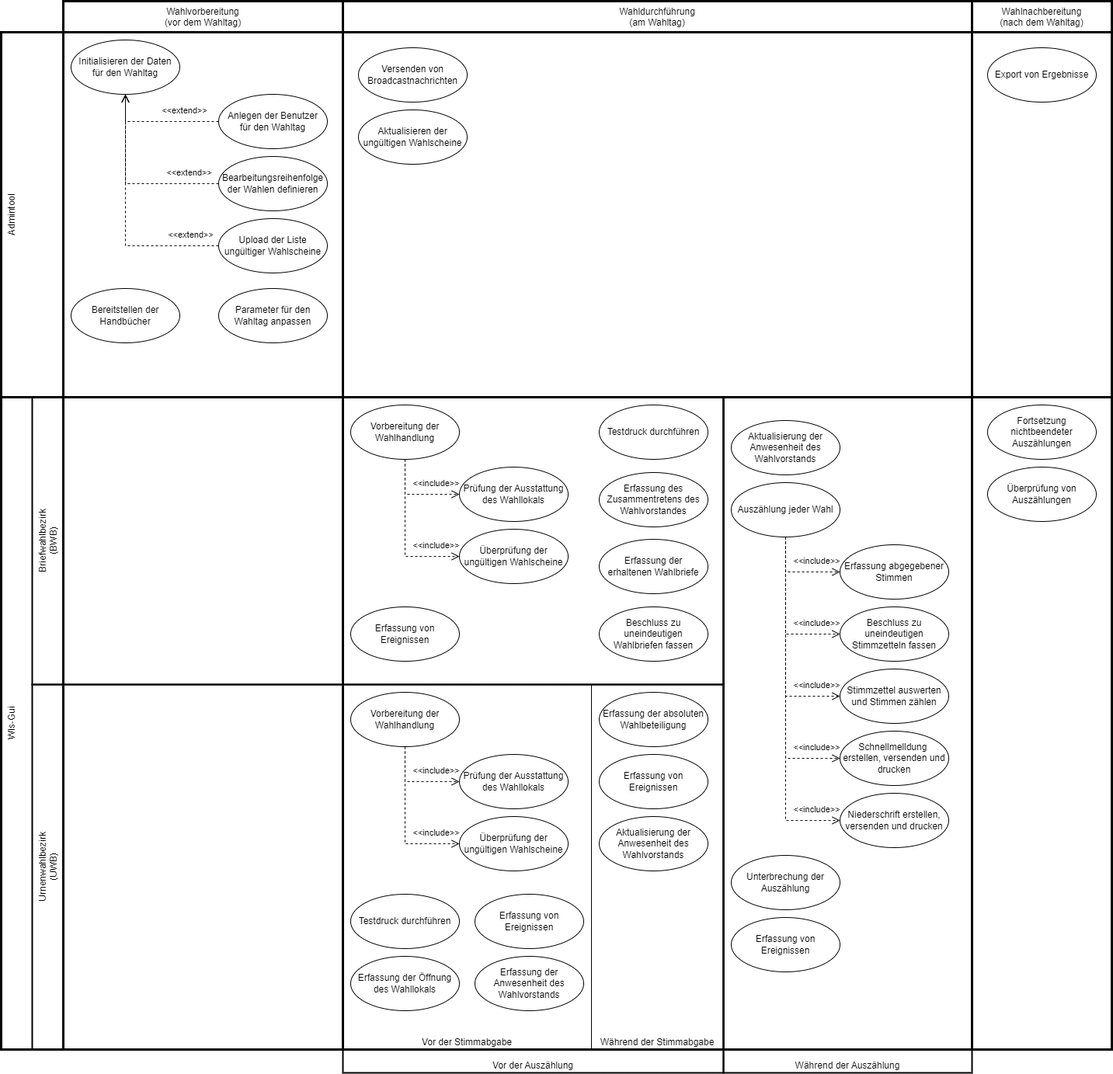
Before: docs/src/public/relationshipOfUIsToElectionProcess.drawio.png, a diagram exported from draw.io (it-at-m/Wahllokalsystem). Source tidied: cells renumbered, new cells last; positions are measured from the earlier drawing's top-left corner, leaving out a move shared by most shapes.
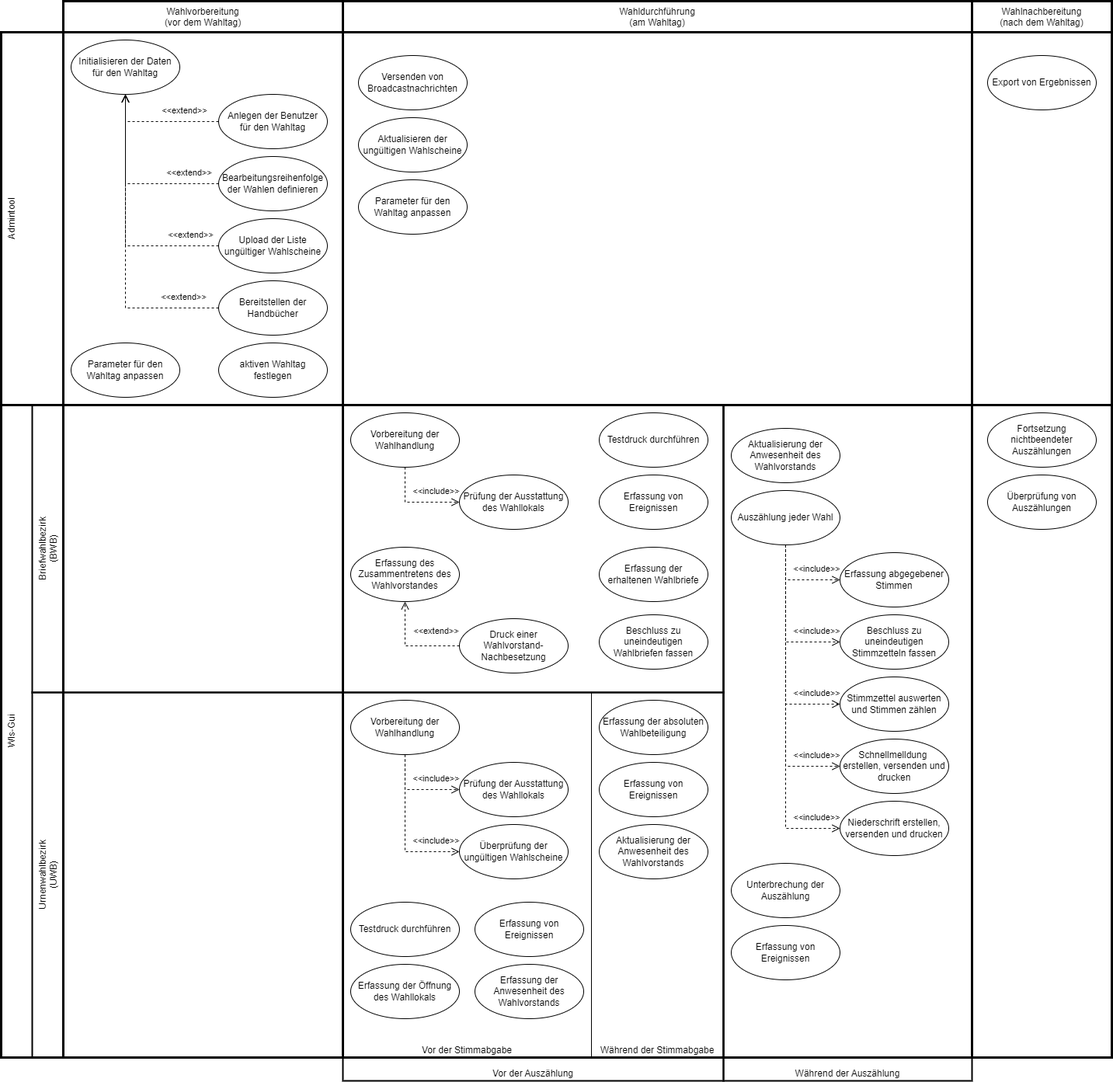
The same diagram one commit later.

Commit message:
add feedback and fix typos

new actions added and wrong actions removed

Diff of the diagram source:
```diff
@@ -3,13 +3,13 @@
     <mxCell id="0" />
     <mxCell id="1" parent="0" />
     <mxCell id="2" value="Wahlnachbereitung&lt;br&gt;(nach dem Wahltag)" style="rounded=0;whiteSpace=wrap;html=1;labelPosition=center;verticalLabelPosition=middle;align=center;verticalAlign=top;horizontal=1;fillColor=none;strokeWidth=3;" parent="1" vertex="1">
-      <mxGeometry x="1250" width="180" height="1350" as="geometry" />
+      <mxGeometry x="1250" y="-10" width="180" height="1360" as="geometry" />
     </mxCell>
     <mxCell id="3" value="Wahlvorbereitung&lt;br&gt;(vor dem Wahltag)" style="rounded=0;whiteSpace=wrap;html=1;labelPosition=center;verticalLabelPosition=middle;align=center;verticalAlign=top;horizontal=1;fillColor=none;strokeWidth=3;" parent="1" vertex="1">
-      <mxGeometry x="80" width="360" height="1350" as="geometry" />
+      <mxGeometry x="80" y="-10" width="360" height="1360" as="geometry" />
     </mxCell>
     <mxCell id="4" value="Wahldurchführung&lt;br&gt;(am Wahltag)" style="rounded=0;whiteSpace=wrap;html=1;labelPosition=center;verticalLabelPosition=middle;align=center;verticalAlign=top;horizontal=1;fillColor=none;strokeWidth=3;" parent="1" vertex="1">
-      <mxGeometry x="440" width="810" height="1350" as="geometry" />
+      <mxGeometry x="440" y="-10" width="810" height="1360" as="geometry" />
     </mxCell>
     <mxCell id="5" value="Wls-Gui" style="rounded=0;whiteSpace=wrap;html=1;labelPosition=center;verticalLabelPosition=middle;align=center;verticalAlign=top;horizontal=0;fillColor=none;strokeWidth=3;" parent="1" vertex="1">
       <mxGeometry y="510" width="1430" height="840" as="geometry" />
@@ -33,7 +33,7 @@
       <mxGeometry x="440" y="880" width="320" height="470" as="geometry" />
     </mxCell>
     <mxCell id="12" value="Admintool" style="rounded=0;whiteSpace=wrap;html=1;labelPosition=center;verticalLabelPosition=middle;align=center;verticalAlign=top;horizontal=0;fillColor=none;strokeWidth=3;" parent="1" vertex="1">
-      <mxGeometry y="40" width="1430" height="470" as="geometry" />
+      <mxGeometry y="30" width="1430" height="480" as="geometry" />
     </mxCell>
     <mxCell id="13" value="Versenden von Broadcastnachrichten" style="ellipse;whiteSpace=wrap;html=1;" parent="1" vertex="1">
       <mxGeometry x="460" y="60" width="140" height="70" as="geometry" />
@@ -41,7 +41,7 @@
     <mxCell id="14" value="Aktualisieren der ungültigen Wahlscheine" style="ellipse;whiteSpace=wrap;html=1;" parent="1" vertex="1">
       <mxGeometry x="460" y="140" width="140" height="70" as="geometry" />
     </mxCell>
-    <mxCell id="15" value="Export von Ergebnisse" style="ellipse;whiteSpace=wrap;html=1;" parent="1" vertex="1">
+    <mxCell id="15" value="Export von Ergebnissen" style="ellipse;whiteSpace=wrap;html=1;" parent="1" vertex="1">
       <mxGeometry x="1270" y="60" width="140" height="70" as="geometry" />
     </mxCell>
     <mxCell id="16" style="group;" parent="1" vertex="1">
@@ -136,9 +136,6 @@
     <mxCell id="39" value="Prüfung der Ausstattung&lt;br&gt;des Wahllokals" style="ellipse;whiteSpace=wrap;html=1;" parent="1" vertex="1">
       <mxGeometry x="590" y="600" width="140" height="70" as="geometry" />
     </mxCell>
-    <mxCell id="40" value="Überprüfung der ungültigen Wahlscheine" style="ellipse;whiteSpace=wrap;html=1;" parent="1" vertex="1">
-      <mxGeometry x="590" y="680" width="140" height="70" as="geometry" />
-    </mxCell>
     <mxCell id="41" value="&amp;lt;&amp;lt;include&amp;gt;&amp;gt;" style="endArrow=open;startArrow=none;endFill=0;startFill=0;endSize=8;html=1;verticalAlign=bottom;dashed=1;labelBackgroundColor=none;rounded=0;entryX=0;entryY=0.5;entryDx=0;entryDy=0;exitX=0.5;exitY=1;exitDx=0;exitDy=0;" parent="1" edge="1" source="38" target="39">
       <mxGeometry x="0.48" y="5" relative="1" as="geometry">
         <Array as="points">
@@ -146,15 +143,8 @@
         </Array>
       </mxGeometry>
     </mxCell>
-    <mxCell id="42" value="&amp;lt;&amp;lt;include&amp;gt;&amp;gt;" style="endArrow=open;startArrow=none;endFill=0;startFill=0;endSize=8;html=1;verticalAlign=bottom;dashed=1;labelBackgroundColor=none;rounded=0;entryX=0;entryY=0.5;entryDx=0;entryDy=0;exitX=0.5;exitY=1;exitDx=0;exitDy=0;" parent="1" edge="1" source="38" target="40">
-      <mxGeometry x="0.69" y="5" relative="1" as="geometry">
-        <Array as="points">
-          <mxPoint x="520" y="715" />
-        </Array>
-      </mxGeometry>
-    </mxCell>
     <mxCell id="43" value="Erfassung des Zusammentretens des Wahlvorstandes" style="ellipse;whiteSpace=wrap;html=1;" parent="1" vertex="1">
-      <mxGeometry x="770" y="607" width="140" height="70" as="geometry" />
+      <mxGeometry x="450" y="693" width="140" height="70" as="geometry" />
     </mxCell>
     <mxCell id="44" value="&lt;div&gt;&lt;span style=&quot;background-color: initial;&quot;&gt;Erfassung der&lt;br&gt;erhaltenen Wahlbriefe&lt;/span&gt;&lt;br&gt;&lt;/div&gt;" style="ellipse;whiteSpace=wrap;html=1;" parent="1" vertex="1">
       <mxGeometry x="770" y="693" width="140" height="70" as="geometry" />
@@ -163,50 +153,8 @@
       <mxGeometry x="770" y="780" width="140" height="70" as="geometry" />
     </mxCell>
     <mxCell id="46" value="Erfassung von Ereignissen" style="ellipse;whiteSpace=wrap;html=1;" parent="1" vertex="1">
-      <mxGeometry x="450" y="780" width="140" height="70" as="geometry" />
+      <mxGeometry x="770" y="600" width="140" height="70" as="geometry" />
     </mxCell>
-    <mxCell id="47" style="group;" parent="1" vertex="1">
-      <mxGeometry x="90" y="50" width="330" height="390" as="geometry" />
-    </mxCell>
-    <mxCell id="48" value="Initialisieren der Daten&lt;br&gt;für den Wahltag" style="ellipse;whiteSpace=wrap;html=1;" parent="47" vertex="1">
-      <mxGeometry width="140" height="70" as="geometry" />
-    </mxCell>
-    <mxCell id="49" value="Anlegen der Benutzer&lt;br&gt;für den Wahltag" style="ellipse;whiteSpace=wrap;html=1;" parent="47" vertex="1">
-      <mxGeometry x="190" y="70" width="140" height="70" as="geometry" />
-    </mxCell>
-    <mxCell id="50" value="Bearbeitungsreihenfolge der Wahlen definieren" style="ellipse;whiteSpace=wrap;html=1;" parent="47" vertex="1">
-      <mxGeometry x="190" y="150" width="140" height="70" as="geometry" />
-    </mxCell>
-    <mxCell id="51" value="Upload der Liste ungültiger Wahlscheine" style="ellipse;whiteSpace=wrap;html=1;" parent="47" vertex="1">
-      <mxGeometry x="190" y="230" width="140" height="70" as="geometry" />
-    </mxCell>
-    <mxCell id="52" value="Bereitstellen der Handbücher" style="ellipse;whiteSpace=wrap;html=1;" parent="47" vertex="1">
-      <mxGeometry y="320" width="140" height="70" as="geometry" />
-    </mxCell>
-    <mxCell id="53" value="Parameter für den Wahltag anpassen" style="ellipse;whiteSpace=wrap;html=1;" parent="47" vertex="1">
-      <mxGeometry x="190" y="320" width="140" height="70" as="geometry" />
-    </mxCell>
-    <mxCell id="54" value="&amp;lt;&amp;lt;extend&amp;gt;&amp;gt;" style="endArrow=open;startArrow=none;endFill=0;startFill=0;endSize=8;html=1;verticalAlign=bottom;dashed=1;labelBackgroundColor=none;rounded=0;entryX=0.5;entryY=1;entryDx=0;entryDy=0;exitX=0;exitY=0.5;exitDx=0;exitDy=0;" parent="47" edge="1" source="50" target="48">
-      <mxGeometry x="-0.68" y="-5" relative="1" as="geometry">
-        <Array as="points">
-          <mxPoint x="70" y="185" />
-        </Array>
-      </mxGeometry>
-    </mxCell>
-    <mxCell id="55" value="&amp;lt;&amp;lt;extend&amp;gt;&amp;gt;" style="endArrow=open;startArrow=none;endFill=0;startFill=0;endSize=8;html=1;verticalAlign=bottom;dashed=1;labelBackgroundColor=none;rounded=0;entryX=0.5;entryY=1;entryDx=0;entryDy=0;exitX=0;exitY=0.5;exitDx=0;exitDy=0;" parent="47" edge="1" source="49" target="48">
-      <mxGeometry x="-0.43" y="-5" relative="1" as="geometry">
-        <Array as="points">
-          <mxPoint x="70" y="105" />
-        </Array>
-      </mxGeometry>
-    </mxCell>
-    <mxCell id="56" value="&amp;lt;&amp;lt;extend&amp;gt;&amp;gt;" style="endArrow=open;startArrow=none;endFill=0;startFill=0;endSize=8;html=1;verticalAlign=bottom;dashed=1;labelBackgroundColor=none;rounded=0;entryX=0.5;entryY=1;entryDx=0;entryDy=0;exitX=0;exitY=0.5;exitDx=0;exitDy=0;" parent="47" edge="1" source="51" target="48">
-      <mxGeometry x="-0.77" y="-5" relative="1" as="geometry">
-        <Array as="points">
-          <mxPoint x="70" y="265" />
-        </Array>
-      </mxGeometry>
-    </mxCell>
     <mxCell id="57" value="Erfassung von Ereignissen" style="ellipse;whiteSpace=wrap;html=1;" parent="1" vertex="1">
       <mxGeometry x="940" y="1180" width="140" height="70" as="geometry" />
     </mxCell>
@@ -245,5 +193,67 @@
     <mxCell id="66" value="Testdruck durchführen" style="ellipse;whiteSpace=wrap;html=1;" parent="1" vertex="1">
       <mxGeometry x="450" y="1150" width="140" height="70" as="geometry" />
     </mxCell>
+    <mxCell id="48" value="Initialisieren der Daten&lt;br&gt;für den Wahltag" style="ellipse;whiteSpace=wrap;html=1;" parent="1" vertex="1">
+      <mxGeometry x="90" y="40" width="140" height="70" as="geometry" />
+    </mxCell>
+    <mxCell id="49" value="Anlegen der Benutzer&lt;br&gt;für den Wahltag" style="ellipse;whiteSpace=wrap;html=1;" parent="1" vertex="1">
+      <mxGeometry x="280" y="110" width="140" height="70" as="geometry" />
+    </mxCell>
+    <mxCell id="50" value="Bearbeitungsreihenfolge der Wahlen definieren" style="ellipse;whiteSpace=wrap;html=1;" parent="1" vertex="1">
+      <mxGeometry x="280" y="190" width="140" height="70" as="geometry" />
+    </mxCell>
+    <mxCell id="51" value="Upload der Liste ungültiger Wahlscheine" style="ellipse;whiteSpace=wrap;html=1;" parent="1" vertex="1">
+      <mxGeometry x="280" y="270" width="140" height="70" as="geometry" />
+    </mxCell>
+    <mxCell id="52" value="Bereitstellen der Handbücher" style="ellipse;whiteSpace=wrap;html=1;" parent="1" vertex="1">
+      <mxGeometry x="280" y="350" width="140" height="70" as="geometry" />
+    </mxCell>
+    <mxCell id="53" value="Parameter für den Wahltag anpassen" style="ellipse;whiteSpace=wrap;html=1;" parent="1" vertex="1">
+      <mxGeometry x="90" y="430" width="140" height="70" as="geometry" />
+    </mxCell>
+    <mxCell id="54" value="&amp;lt;&amp;lt;extend&amp;gt;&amp;gt;" style="endArrow=open;startArrow=none;endFill=0;startFill=0;endSize=8;html=1;verticalAlign=bottom;dashed=1;labelBackgroundColor=none;rounded=0;entryX=0.5;entryY=1;entryDx=0;entryDy=0;exitX=0;exitY=0.5;exitDx=0;exitDy=0;" parent="1" edge="1" source="50" target="48">
+      <mxGeometry x="-0.68" y="-5" relative="1" as="geometry">
+        <Array as="points">
+          <mxPoint x="160" y="225" />
+        </Array>
+      </mxGeometry>
+    </mxCell>
+    <mxCell id="55" value="&amp;lt;&amp;lt;extend&amp;gt;&amp;gt;" style="endArrow=open;startArrow=none;endFill=0;startFill=0;endSize=8;html=1;verticalAlign=bottom;dashed=1;labelBackgroundColor=none;rounded=0;entryX=0.5;entryY=1;entryDx=0;entryDy=0;exitX=0;exitY=0.5;exitDx=0;exitDy=0;" parent="1" edge="1" source="49" target="48">
+      <mxGeometry x="-0.43" y="-5" relative="1" as="geometry">
+        <Array as="points">
+          <mxPoint x="160" y="145" />
+        </Array>
+      </mxGeometry>
+    </mxCell>
+    <mxCell id="56" value="&amp;lt;&amp;lt;extend&amp;gt;&amp;gt;" style="endArrow=open;startArrow=none;endFill=0;startFill=0;endSize=8;html=1;verticalAlign=bottom;dashed=1;labelBackgroundColor=none;rounded=0;entryX=0.5;entryY=1;entryDx=0;entryDy=0;exitX=0;exitY=0.5;exitDx=0;exitDy=0;" parent="1" edge="1" source="51" target="48">
+      <mxGeometry x="-0.77" y="-5" relative="1" as="geometry">
+        <Array as="points">
+          <mxPoint x="160" y="305" />
+        </Array>
+      </mxGeometry>
+    </mxCell>
+    <mxCell id="67" value="&amp;lt;&amp;lt;extend&amp;gt;&amp;gt;" style="endArrow=open;startArrow=none;endFill=0;startFill=0;endSize=8;html=1;verticalAlign=bottom;dashed=1;labelBackgroundColor=none;rounded=0;entryX=0.5;entryY=1;entryDx=0;entryDy=0;exitX=0;exitY=0.5;exitDx=0;exitDy=0;" parent="1" edge="1" source="52" target="48">
+      <mxGeometry x="-0.77" y="-5" relative="1" as="geometry">
+        <Array as="points">
+          <mxPoint x="160" y="385" />
+        </Array>
+      </mxGeometry>
+    </mxCell>
+    <mxCell id="68" value="aktiven Wahltag&lt;br&gt;festlegen" style="ellipse;whiteSpace=wrap;html=1;" parent="1" vertex="1">
+      <mxGeometry x="280" y="430" width="140" height="70" as="geometry" />
+    </mxCell>
+    <mxCell id="69" value="Parameter für den Wahltag anpassen" style="ellipse;whiteSpace=wrap;html=1;" parent="1" vertex="1">
+      <mxGeometry x="460" y="220" width="140" height="70" as="geometry" />
+    </mxCell>
+    <mxCell id="70" value="Druck einer Wahlvorstand-Nachbesetzung" style="ellipse;whiteSpace=wrap;html=1;" parent="1" vertex="1">
+      <mxGeometry x="590" y="785" width="140" height="70" as="geometry" />
+    </mxCell>
+    <mxCell id="71" value="&amp;lt;&amp;lt;extend&amp;gt;&amp;gt;" style="endArrow=open;startArrow=none;endFill=0;startFill=0;endSize=8;html=1;verticalAlign=bottom;dashed=1;labelBackgroundColor=none;rounded=0;exitX=0;exitY=0.5;exitDx=0;exitDy=0;entryX=0.5;entryY=1;entryDx=0;entryDy=0;" parent="1" edge="1" source="70" target="43">
+      <mxGeometry x="-0.53" y="-10" relative="1" as="geometry">
+        <Array as="points">
+          <mxPoint x="520" y="820" />
+        </Array>
+      </mxGeometry>
+    </mxCell>
   </root>
 </mxGraphModel>
```
